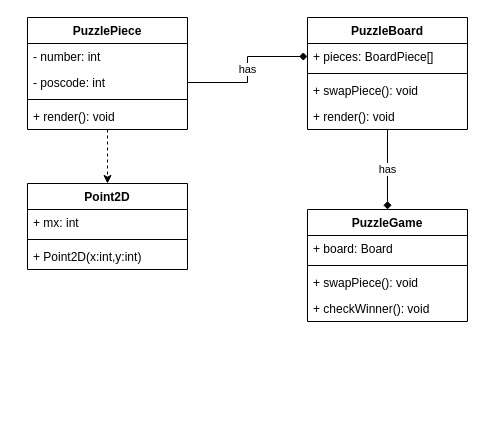
Above: schema/puzzle with ui.drawio in deeperj/rust (draw.io), before the change. Source tidied: cells renumbered, new cells numbered last; positions are measured from the earlier drawing's top-left corner, leaving out a move shared by most shapes. Both pictures are drawn from the tidied source at 100%, with x=0, y=0 at pixel (27, 17).
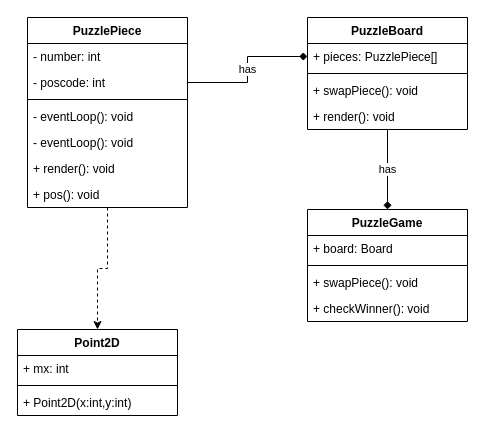
Above is the later version.

Unchanged cells that the change refers to:
```xml
<mxCell id="8" value="PuzzleBoard" style="swimlane;fontStyle=1;align=center;verticalAlign=top;horizontal=1;startSize=26;" parent="1" vertex="1">
  <mxGeometry x="280" width="160" height="112" as="geometry" />
</mxCell>
<mxCell id="16" value="- poscode: int" style="text;strokeColor=none;fillColor=none;align=left;verticalAlign=top;spacingLeft=4;spacingRight=4;overflow=hidden;points=[[0,0.5],[1,0.5]];portConstraint=eastwest;" parent="14" vertex="1">
  <mxGeometry y="52" width="160" height="26" as="geometry" />
</mxCell>
```

Change to the diagram source:
```diff
@@
-    <mxCell id="9" value="+ pieces: BoardPiece[]" style="text;strokeColor=none;fillColor=none;align=left;verticalAlign=top;spacingLeft=4;spacingRight=4;overflow=hidden;points=[[0,0.5],[1,0.5]];portConstraint=eastwest;" parent="8" vertex="1">
+    <mxCell id="9" value="+ pieces: PuzzlePiece[]" style="text;strokeColor=none;fillColor=none;align=left;verticalAlign=top;spacingLeft=4;spacingRight=4;overflow=hidden;points=[[0,0.5],[1,0.5]];portConstraint=eastwest;" parent="8" vertex="1">
       <mxGeometry y="26" width="160" height="26" as="geometry" />
     </mxCell>
@@
     <mxCell id="14" value="PuzzlePiece" style="swimlane;fontStyle=1;align=center;verticalAlign=top;horizontal=1;startSize=26;" parent="1" vertex="1">
-      <mxGeometry width="160" height="112" as="geometry" />
+      <mxGeometry width="160" height="190" as="geometry" />
     </mxCell>
@@
+    <mxCell id="24" value="- eventLoop(): void" style="text;strokeColor=none;fillColor=none;align=left;verticalAlign=top;spacingLeft=4;spacingRight=4;overflow=hidden;" parent="14" vertex="1">
+      <mxGeometry y="86" width="160" height="26" as="geometry" />
+    </mxCell>
-    <mxCell id="18" value="+ render(): void" style="text;strokeColor=none;fillColor=none;align=left;verticalAlign=top;spacingLeft=4;spacingRight=4;overflow=hidden;" parent="14" vertex="1">
-      <mxGeometry y="86" width="160" height="26" as="geometry" />
+    <mxCell id="18" value="- eventLoop(): void" style="text;strokeColor=none;fillColor=none;align=left;verticalAlign=top;spacingLeft=4;spacingRight=4;overflow=hidden;" parent="14" vertex="1">
+      <mxGeometry y="112" width="160" height="26" as="geometry" />
     </mxCell>
+    <mxCell id="25" value="+ render(): void" style="text;strokeColor=none;fillColor=none;align=left;verticalAlign=top;spacingLeft=4;spacingRight=4;overflow=hidden;" parent="14" vertex="1">
+      <mxGeometry y="138" width="160" height="26" as="geometry" />
+    </mxCell>
+    <mxCell id="26" value="+ pos(): void" style="text;strokeColor=none;fillColor=none;align=left;verticalAlign=top;spacingLeft=4;spacingRight=4;overflow=hidden;" parent="14" vertex="1">
+      <mxGeometry y="164" width="160" height="26" as="geometry" />
+    </mxCell>
+    <mxCell id="23" value="has" style="edgeStyle=orthogonalEdgeStyle;rounded=0;jettySize=auto;html=1;exitX=1;exitY=0.5;exitDx=0;exitDy=0;entryX=0;entryY=0.5;entryDx=0;entryDy=0;endArrow=diamond;endFill=1;" parent="1" edge="1" source="16" target="9">
+      <mxGeometry relative="1" as="geometry" />
+    </mxCell>
     <mxCell id="19" value="Point2D" style="swimlane;fontStyle=1;align=center;verticalAlign=top;horizontal=1;startSize=26;" parent="1" vertex="1">
-      <mxGeometry y="166" width="160" height="86" as="geometry" />
+      <mxGeometry x="-10" y="312" width="160" height="86" as="geometry" />
     </mxCell>
@@
-    <mxCell id="23" value="has" style="edgeStyle=orthogonalEdgeStyle;rounded=0;jettySize=auto;html=1;exitX=1;exitY=0.5;exitDx=0;exitDy=0;entryX=0;entryY=0.5;entryDx=0;entryDy=0;endArrow=diamond;endFill=1;" parent="1" edge="1" source="16" target="9">
-      <mxGeometry relative="1" as="geometry" />
-    </mxCell>
```
